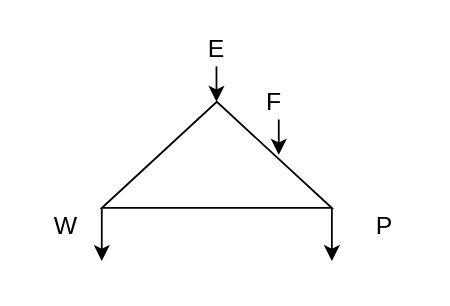
Above: cascades/drawio/dop_F.drawio in GusevVlad/Russian-Phd-LaTeX-Dissertation-Template (draw.io), before the change. Source tidied: cells renumbered, new cells numbered last; positions are measured from the earlier drawing's top-left corner, leaving out a move shared by most shapes. Both pictures are drawn from the tidied source at 177%, with x=0, y=0 at pixel (30, 30).
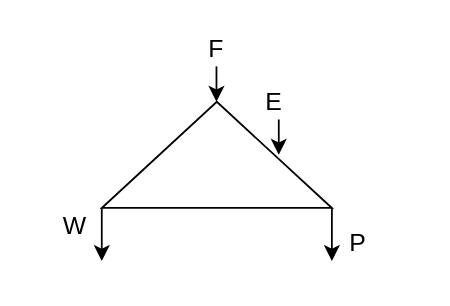
The same diagram, later.

Diff of the diagram source:
```diff
@@
 <mxGraphModel>
   <root>
     <mxCell id="0" />
     <mxCell id="1" parent="0" />
     <mxCell id="2" style="endArrow=classic;html=1;" parent="1" edge="1">
       <mxGeometry relative="1" as="geometry">
         <mxPoint x="140" y="50" as="sourcePoint" />
         <mxPoint x="140" y="70" as="targetPoint" />
       </mxGeometry>
     </mxCell>
     <mxCell id="3" style="endArrow=classic;html=1;" parent="1" edge="1">
       <mxGeometry relative="1" as="geometry">
         <mxPoint x="40" y="100" as="sourcePoint" />
         <mxPoint x="40" y="130" as="targetPoint" />
       </mxGeometry>
     </mxCell>
     <mxCell id="4" style="triangle;whiteSpace=wrap;html=1;rotation=-90;" parent="1" vertex="1">
       <mxGeometry x="75" y="5" width="60" height="130" as="geometry" />
     </mxCell>
     <mxCell id="5" style="endArrow=classic;html=1;" parent="1" edge="1">
       <mxGeometry relative="1" as="geometry">
         <mxPoint x="170" y="100" as="sourcePoint" />
         <mxPoint x="170" y="130" as="targetPoint" />
       </mxGeometry>
     </mxCell>
-    <mxCell id="6" value="&lt;font style=&quot;font-size: 14px&quot;&gt;E&lt;/font&gt;" style="text;html=1;strokeColor=none;fillColor=none;align=center;verticalAlign=middle;whiteSpace=wrap;rounded=0;" parent="1" vertex="1">
+    <mxCell id="6" value="&lt;font style=&quot;font-size: 14px&quot;&gt;F&lt;/font&gt;" style="text;html=1;strokeColor=none;fillColor=none;align=center;verticalAlign=middle;whiteSpace=wrap;rounded=0;" parent="1" vertex="1">
       <mxGeometry x="85" width="40" height="20" as="geometry" />
     </mxCell>
     <mxCell id="7" value="&lt;font style=&quot;font-size: 14px&quot;&gt;W&lt;/font&gt;" style="text;html=1;strokeColor=none;fillColor=none;align=center;verticalAlign=middle;whiteSpace=wrap;rounded=0;" parent="1" vertex="1">
-      <mxGeometry y="100" width="40" height="20" as="geometry" />
+      <mxGeometry y="100" width="50" height="20" as="geometry" />
     </mxCell>
     <mxCell id="8" value="&lt;font style=&quot;font-size: 14px&quot;&gt;P&lt;/font&gt;" style="text;html=1;strokeColor=none;fillColor=none;align=center;verticalAlign=middle;whiteSpace=wrap;rounded=0;" parent="1" vertex="1">
-      <mxGeometry x="180" y="100" width="40" height="20" as="geometry" />
+      <mxGeometry x="160" y="110" width="50" height="20" as="geometry" />
     </mxCell>
     <mxCell id="9" style="endArrow=classic;html=1;" parent="1" edge="1">
       <mxGeometry relative="1" as="geometry">
         <mxPoint x="104.8" y="20" as="sourcePoint" />
         <mxPoint x="104.8" y="40" as="targetPoint" />
       </mxGeometry>
     </mxCell>
-    <mxCell id="10" value="&lt;font style=&quot;font-size: 14px&quot;&gt;F&lt;/font&gt;" style="text;html=1;strokeColor=none;fillColor=none;align=center;verticalAlign=middle;whiteSpace=wrap;rounded=0;" parent="1" vertex="1">
+    <mxCell id="10" value="&lt;font style=&quot;font-size: 14px&quot;&gt;E&lt;/font&gt;" style="text;html=1;strokeColor=none;fillColor=none;align=center;verticalAlign=middle;whiteSpace=wrap;rounded=0;" parent="1" vertex="1">
       <mxGeometry x="115" y="30" width="45" height="20" as="geometry" />
     </mxCell>
   </root>
 </mxGraphModel>
```
